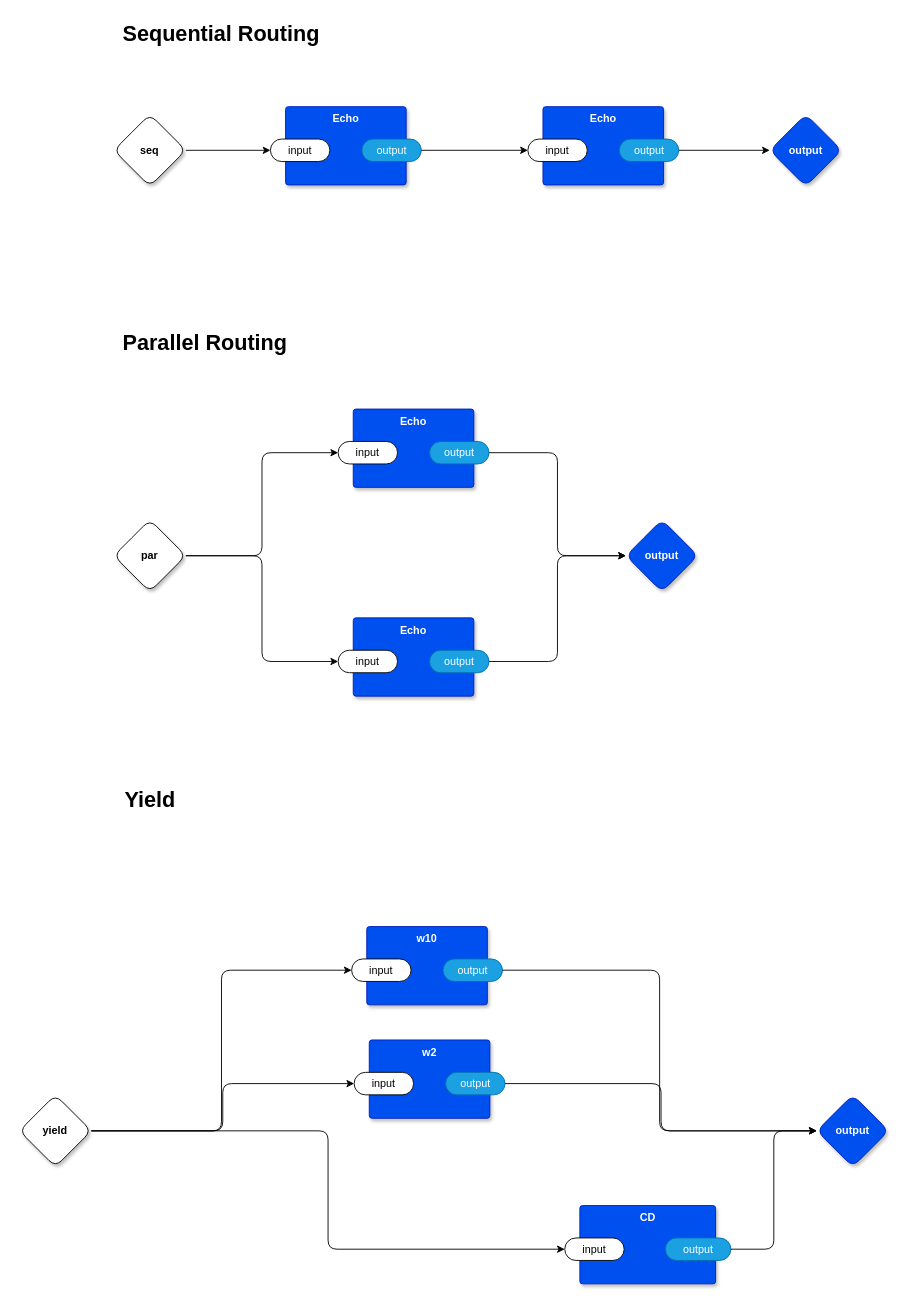
The draw.io diagram page "main" (1 of 7) of example.drawio in guitarvydas/odin0d, before the edit. Source tidied: cells renumbered, new cells numbered last; positions are measured from the earlier drawing's top-left corner, leaving out a move shared by most shapes. Both pictures are drawn from the tidied source at 90%, with x=0, y=0 at pixel (19, 15).
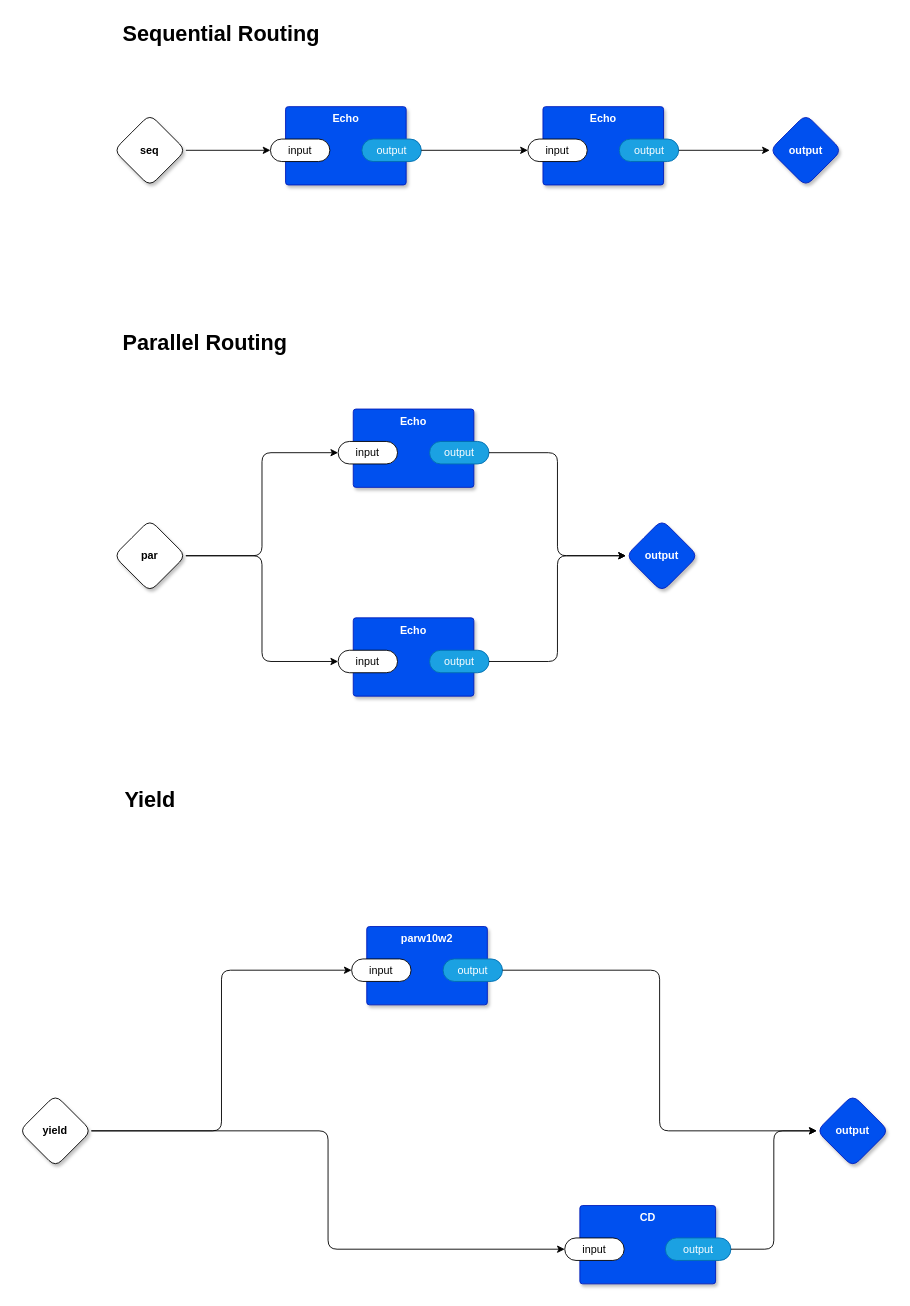
After the change.

Commit message:
begin parw10w2

The change refers to these unchanged cells:
```xml
<mxCell id="30" value="yield" style="rhombus;whiteSpace=wrap;html=1;rounded=1;fontStyle=1;glass=0;sketch=0;fontSize=12;points=[[0,0.5,0,0,0],[0.5,0,0,0,0],[0.5,1,0,0,0],[1,0.5,0,0,0]];shadow=1;" parent="1" vertex="1">
  <mxGeometry y="1199" width="80" height="80" as="geometry" />
</mxCell>
<mxCell id="31" value="output" style="rhombus;whiteSpace=wrap;html=1;rounded=1;fillColor=#0050ef;fontColor=#ffffff;strokeColor=#001DBC;fontStyle=1;glass=0;sketch=0;fontSize=12;points=[[0,0.5,0,0,0],[0.5,0,0,0,0],[0.5,1,0,0,0],[1,0.5,0,0,0]];shadow=1;" parent="1" vertex="1">
  <mxGeometry x="886" y="1199" width="80" height="80" as="geometry" />
</mxCell>
```

Change to the diagram source:
```diff
@@
-    <mxCell id="28" style="edgeStyle=orthogonalEdgeStyle;rounded=1;jettySize=auto;html=1;entryX=0;entryY=0.5;entryDx=0;entryDy=0;entryPerimeter=0;" parent="1" edge="1" source="30" target="34">
-      <mxGeometry relative="1" as="geometry" />
-    </mxCell>
@@
-    <mxCell id="33" value="w2" style="rounded=1;whiteSpace=wrap;html=1;sketch=0;verticalAlign=top;arcSize=6;fontStyle=1;absoluteArcSize=1;shadow=1;strokeColor=#001DBC;fillColor=#0050ef;fontColor=#ffffff;" parent="1" vertex="1">
-      <mxGeometry x="388.8" y="1138" width="134" height="87" as="geometry" />
-    </mxCell>
-    <mxCell id="34" value="input" style="rounded=1;whiteSpace=wrap;html=1;sketch=0;points=[[0,0.5,0,0,0],[1,0.5,0,0,0]];arcSize=50;" parent="33" vertex="1">
-      <mxGeometry x="-16.8" y="36" width="66" height="25" as="geometry" />
-    </mxCell>
-    <mxCell id="35" value="output" style="rounded=1;whiteSpace=wrap;html=1;sketch=0;points=[[0,0.5,0,0,0],[1,0.5,0,0,0]];fillColor=#1ba1e2;fontColor=#ffffff;strokeColor=#006EAF;arcSize=50;" parent="33" vertex="1">
-      <mxGeometry x="84.8" y="36" width="66" height="25" as="geometry" />
-    </mxCell>
-    <mxCell id="36" style="edgeStyle=orthogonalEdgeStyle;rounded=1;jettySize=auto;html=1;exitX=1;exitY=0.5;exitDx=0;exitDy=0;exitPerimeter=0;" parent="1" edge="1" source="35" target="31">
-      <mxGeometry relative="1" as="geometry">
-        <Array as="points">
-          <mxPoint x="713" y="1186" />
-          <mxPoint x="713" y="1239" />
-        </Array>
-      </mxGeometry>
-    </mxCell>
-    <mxCell id="37" value="w10" style="rounded=1;whiteSpace=wrap;html=1;sketch=0;verticalAlign=top;arcSize=6;fontStyle=1;absoluteArcSize=1;shadow=1;strokeColor=#001DBC;fillColor=#0050ef;fontColor=#ffffff;" parent="1" vertex="1">
+    <mxCell id="37" value="parw10w2" style="rounded=1;whiteSpace=wrap;html=1;sketch=0;verticalAlign=top;arcSize=6;fontStyle=1;absoluteArcSize=1;shadow=1;strokeColor=#001DBC;fillColor=#0050ef;fontColor=#ffffff;" parent="1" vertex="1">
       <mxGeometry x="386" y="1012" width="134" height="87" as="geometry" />
     </mxCell>
```
